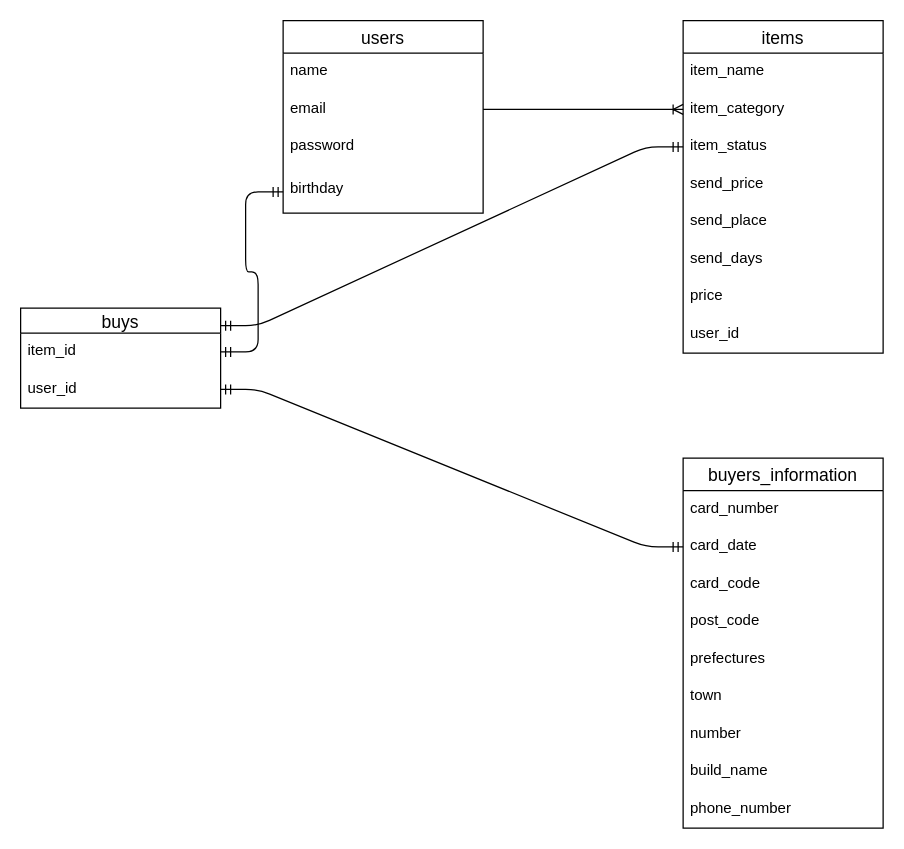
ryo19861210/furima-37671 keeps this draw.io diagram as config/test.dio. Above is the earlier version. Source tidied: cells renumbered, new cells numbered last; positions are measured from the earlier drawing's top-left corner, leaving out a move shared by most shapes. Both pictures are drawn from the tidied source at 125%, with x=0, y=0 at pixel (20, 20).
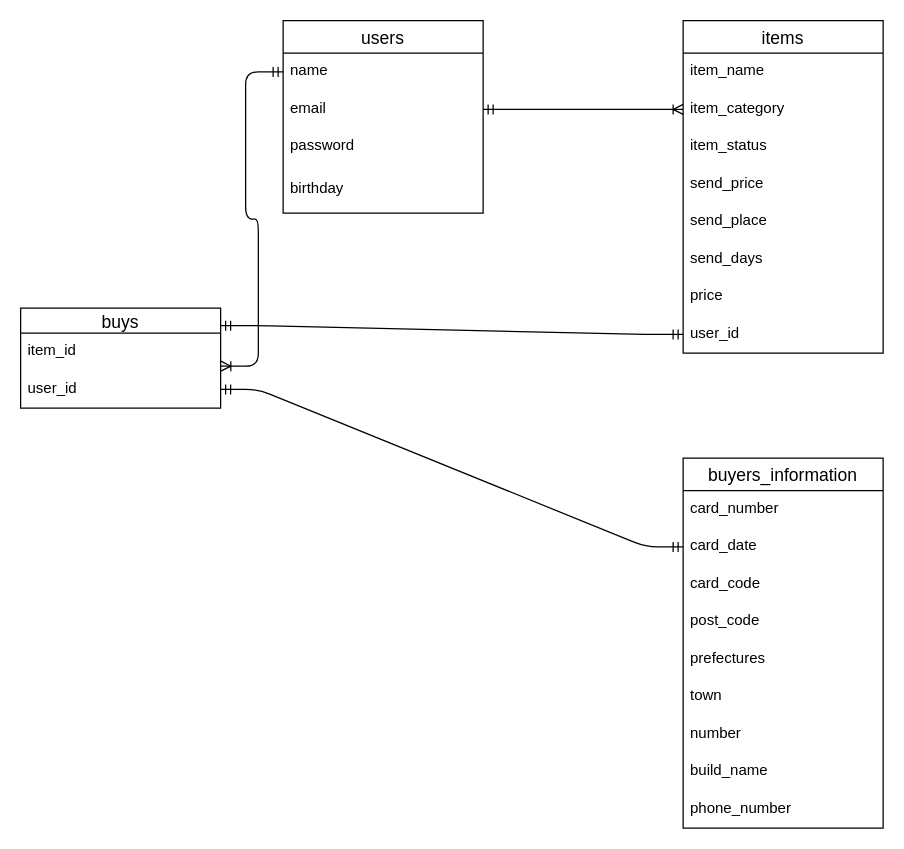
The same page after the edit.

Commit message (it also covers changes not shown here):
データベース設計４回目

The change refers to these unchanged cells:
```xml
<mxCell id="3" value="name" style="text;strokeColor=none;fillColor=none;spacingLeft=4;spacingRight=4;overflow=hidden;points=[[0,0.5],[1,0.5]];portConstraint=eastwest;fontSize=12;" parent="2" vertex="1">
  <mxGeometry y="26" width="160" height="30" as="geometry" />
</mxCell>
<mxCell id="4" value="email" style="text;strokeColor=none;fillColor=none;spacingLeft=4;spacingRight=4;overflow=hidden;points=[[0,0.5],[1,0.5]];portConstraint=eastwest;fontSize=12;" parent="2" vertex="1">
  <mxGeometry y="56" width="160" height="30" as="geometry" />
</mxCell>
<mxCell id="6" value="birthday" style="text;strokeColor=none;fillColor=none;spacingLeft=4;spacingRight=4;overflow=hidden;points=[[0,0.5],[1,0.5]];portConstraint=eastwest;fontSize=12;" parent="2" vertex="1">
  <mxGeometry y="120" width="160" height="34" as="geometry" />
</mxCell>
<mxCell id="9" value="item_category" style="text;strokeColor=none;fillColor=none;spacingLeft=4;spacingRight=4;overflow=hidden;points=[[0,0.5],[1,0.5]];portConstraint=eastwest;fontSize=12;" parent="7" vertex="1">
  <mxGeometry y="56" width="160" height="30" as="geometry" />
</mxCell>
<mxCell id="10" value="item_status" style="text;strokeColor=none;fillColor=none;spacingLeft=4;spacingRight=4;overflow=hidden;points=[[0,0.5],[1,0.5]];portConstraint=eastwest;fontSize=12;" parent="7" vertex="1">
  <mxGeometry y="86" width="160" height="30" as="geometry" />
</mxCell>
<mxCell id="15" value="user_id" style="text;strokeColor=none;fillColor=none;spacingLeft=4;spacingRight=4;overflow=hidden;points=[[0,0.5],[1,0.5]];portConstraint=eastwest;fontSize=12;" parent="7" vertex="1">
  <mxGeometry y="236" width="160" height="30" as="geometry" />
</mxCell>
<mxCell id="18" value="item_id" style="text;strokeColor=none;fillColor=none;spacingLeft=4;spacingRight=4;overflow=hidden;points=[[0,0.5],[1,0.5]];portConstraint=eastwest;fontSize=12;" parent="17" vertex="1">
  <mxGeometry y="20" width="160" height="30" as="geometry" />
</mxCell>
<mxCell id="19" value="user_id" style="text;strokeColor=none;fillColor=none;spacingLeft=4;spacingRight=4;overflow=hidden;points=[[0,0.5],[1,0.5]];portConstraint=eastwest;fontSize=12;" parent="17" vertex="1">
  <mxGeometry y="50" width="160" height="30" as="geometry" />
</mxCell>
```

What changed in the source:
```diff
@@
-    <mxCell id="16" style="edgeStyle=entityRelationEdgeStyle;fontSize=12;html=1;endArrow=ERoneToMany;exitX=1;exitY=0.5;exitDx=0;exitDy=0;entryX=0;entryY=0.5;entryDx=0;entryDy=0;" parent="1" edge="1" source="4" target="9">
-      <mxGeometry relative="1" as="geometry" />
-    </mxCell>
@@
-    <mxCell id="31" style="edgeStyle=entityRelationEdgeStyle;fontSize=12;html=1;endArrow=ERmandOne;startArrow=ERmandOne;exitX=1;exitY=0.5;exitDx=0;exitDy=0;entryX=0;entryY=0.5;entryDx=0;entryDy=0;" parent="1" edge="1" source="18" target="6">
-      <mxGeometry relative="1" as="geometry" />
-    </mxCell>
-    <mxCell id="32" style="edgeStyle=entityRelationEdgeStyle;fontSize=12;html=1;endArrow=ERmandOne;startArrow=ERmandOne;entryX=0;entryY=0.5;entryDx=0;entryDy=0;" parent="1" edge="1" target="10">
+    <mxCell id="32" style="edgeStyle=entityRelationEdgeStyle;fontSize=12;html=1;endArrow=ERmandOne;startArrow=ERmandOne;entryX=0;entryY=0.5;entryDx=0;entryDy=0;" parent="1" edge="1" target="15">
       <mxGeometry relative="1" as="geometry">
         <mxPoint x="160" y="244" as="sourcePoint" />
       </mxGeometry>
     </mxCell>
+    <mxCell id="33" style="edgeStyle=entityRelationEdgeStyle;fontSize=12;html=1;endArrow=ERoneToMany;startArrow=ERmandOne;exitX=0;exitY=0.5;exitDx=0;exitDy=0;entryX=1.001;entryY=-0.119;entryDx=0;entryDy=0;entryPerimeter=0;" parent="1" edge="1" source="3" target="19">
+      <mxGeometry relative="1" as="geometry" />
+    </mxCell>
+    <mxCell id="16" style="edgeStyle=entityRelationEdgeStyle;fontSize=12;html=1;endArrow=ERoneToMany;startArrow=ERmandOne;entryX=0;entryY=0.5;entryDx=0;entryDy=0;exitX=1;exitY=0.5;exitDx=0;exitDy=0;" parent="1" edge="1" source="4" target="9">
+      <mxGeometry relative="1" as="geometry" />
+    </mxCell>
```
